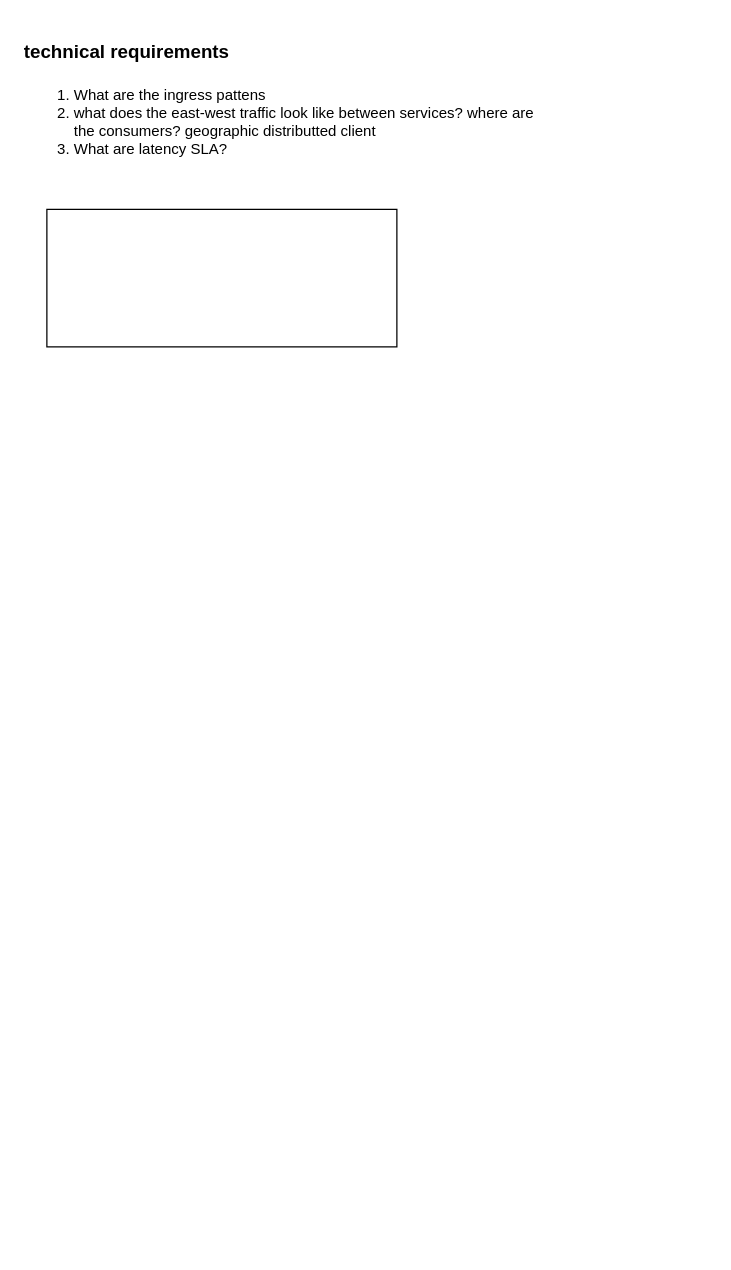
Earlier version of the draw.io diagram Untitled Diagram.drawio (kungfusoftware/vVAN). Source tidied: cells renumbered, new cells numbered last; positions are measured from the earlier drawing's top-left corner, leaving out a move shared by most shapes. Both pictures are drawn from the tidied source at 125%, with x=0, y=0 at pixel (21, 21).
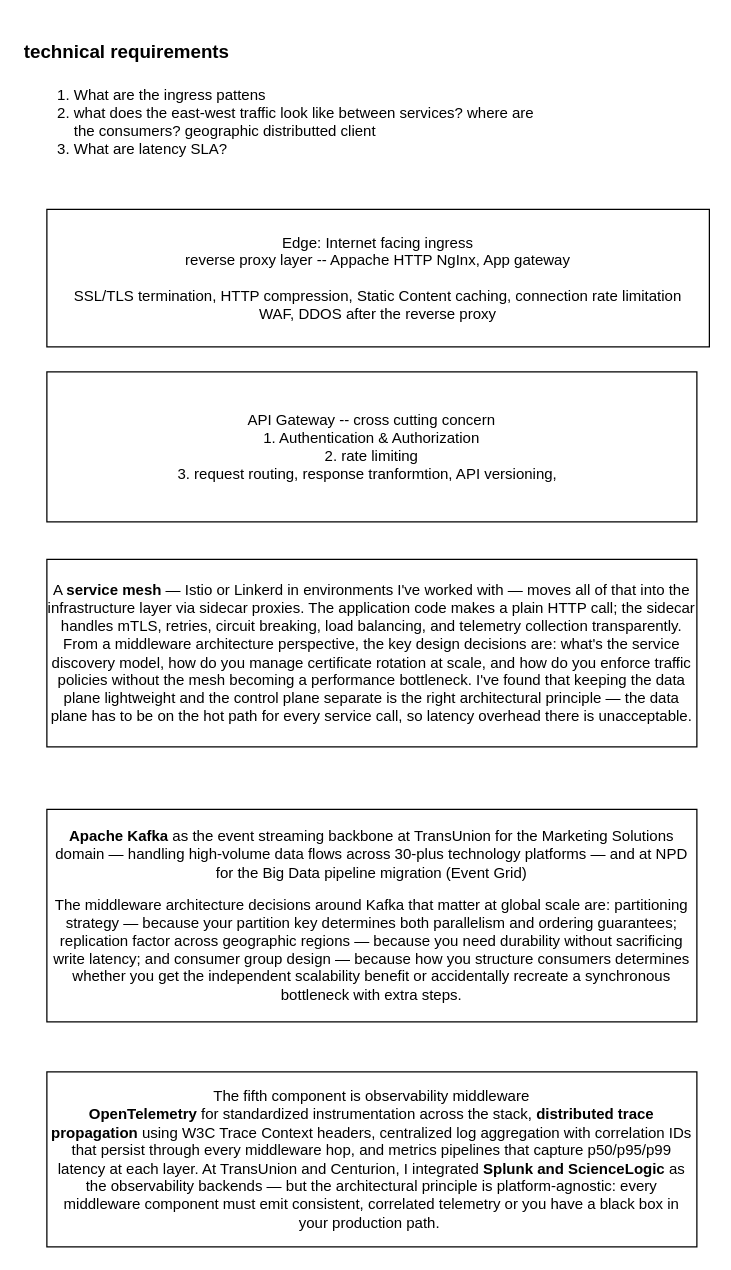
Above is the later version.

What changed in the source:
```diff
@@
 <mxGraphModel>
   <root>
     <mxCell id="0" />
     <mxCell id="1" parent="0" />
-    <mxCell id="2" value="&lt;div&gt;&lt;br&gt;&lt;/div&gt;" style="rounded=0;whiteSpace=wrap;html=1;" parent="1" vertex="1">
-      <mxGeometry x="20" y="150" width="280" height="110" as="geometry" />
+    <mxCell id="2" value="&lt;div&gt;Edge: Internet facing ingress&lt;/div&gt;&lt;div&gt;reverse proxy layer -- Appache HTTP NgInx, App gateway&lt;/div&gt;&lt;div&gt;&lt;br&gt;&lt;/div&gt;&lt;div&gt;SSL/TLS termination, HTTP compression, Static Content caching, connection rate limitation&lt;/div&gt;&lt;div&gt;WAF, DDOS after the reverse proxy&lt;/div&gt;" style="rounded=0;whiteSpace=wrap;html=1;" parent="1" vertex="1">
+      <mxGeometry x="20" y="150" width="530" height="110" as="geometry" />
     </mxCell>
     <mxCell id="3" value="&lt;h1 style=&quot;margin-top: 0px;&quot;&gt;&lt;font style=&quot;font-size: 15px;&quot;&gt;technical requirements&lt;/font&gt;&lt;/h1&gt;&lt;div&gt;&lt;ol&gt;&lt;li&gt;What are the ingress pattens&lt;/li&gt;&lt;li&gt;what does the east-west traffic look like between services? where are the consumers? geographic distributted client&lt;/li&gt;&lt;li&gt;What are latency SLA?&amp;nbsp;&lt;/li&gt;&lt;/ol&gt;&lt;/div&gt;&lt;div&gt;&lt;br style=&quot;text-align: center;&quot;&gt;&lt;/div&gt;" style="text;html=1;whiteSpace=wrap;overflow=hidden;rounded=0;" parent="1" vertex="1">
       <mxGeometry width="410" height="120" as="geometry" />
     </mxCell>
+    <mxCell id="4" value="API Gateway -- cross cutting concern&lt;div&gt;1. Authentication &amp;amp; Authorization&lt;/div&gt;&lt;div&gt;2. rate limiting&lt;/div&gt;&lt;div&gt;3. request routing, response tranformtion, API versioning,&amp;nbsp;&amp;nbsp;&lt;/div&gt;" style="rounded=0;whiteSpace=wrap;html=1;" parent="1" vertex="1">
+      <mxGeometry x="20" y="280" width="520" height="120" as="geometry" />
+    </mxCell>
+    <mxCell id="5" value="A &lt;strong&gt;service mesh&lt;/strong&gt; — Istio or Linkerd in environments I've worked with — moves all of that into the infrastructure layer via sidecar proxies. The application code makes a plain HTTP call; the sidecar handles mTLS, retries, circuit breaking, load balancing, and telemetry collection transparently. From a middleware architecture perspective, the key design decisions are: what's the service discovery model, how do you manage certificate rotation at scale, and how do you enforce traffic policies without the mesh becoming a performance bottleneck. I've found that keeping the data plane lightweight and the control plane separate is the right architectural principle — the data plane has to be on the hot path for every service call, so latency overhead there is unacceptable." style="rounded=0;whiteSpace=wrap;html=1;" parent="1" vertex="1">
+      <mxGeometry x="20" y="430" width="520" height="150" as="geometry" />
+    </mxCell>
+    <mxCell id="6" value="&lt;p class=&quot;font-claude-response-body break-words whitespace-normal leading-[1.7]&quot;&gt; &lt;strong&gt;Apache Kafka&lt;/strong&gt; as the event streaming backbone at TransUnion for the Marketing Solutions domain — handling high-volume data flows across 30-plus technology platforms — and at NPD for the Big Data pipeline migration (Event Grid)&lt;/p&gt;&lt;p class=&quot;font-claude-response-body break-words whitespace-normal leading-[1.7]&quot;&gt;The middleware architecture decisions around Kafka that matter at global scale are: partitioning strategy — because your partition key determines both parallelism and ordering guarantees; replication factor across geographic regions — because you need durability without sacrificing write latency; and consumer group design — because how you structure consumers determines whether you get the independent scalability benefit or accidentally recreate a synchronous bottleneck with extra steps.&lt;/p&gt;" style="rounded=0;whiteSpace=wrap;html=1;" parent="1" vertex="1">
+      <mxGeometry x="20" y="630" width="520" height="170" as="geometry" />
+    </mxCell>
+    <mxCell id="7" value="&lt;br&gt;The fifth component is observability middleware&lt;br&gt;&lt;div&gt;&lt;strong style=&quot;background-color: transparent; color: light-dark(rgb(0, 0, 0), rgb(255, 255, 255));&quot;&gt;OpenTelemetry&lt;/strong&gt;&lt;span style=&quot;background-color: transparent; color: light-dark(rgb(0, 0, 0), rgb(255, 255, 255));&quot;&gt; for standardized instrumentation across the stack, &lt;/span&gt;&lt;strong style=&quot;background-color: transparent; color: light-dark(rgb(0, 0, 0), rgb(255, 255, 255));&quot;&gt;distributed trace propagation&lt;/strong&gt;&lt;span style=&quot;background-color: transparent; color: light-dark(rgb(0, 0, 0), rgb(255, 255, 255));&quot;&gt; using W3C Trace Context headers, centralized log aggregation with correlation IDs that persist through every middleware hop, and metrics pipelines that capture p50/p95/p99 latency at each layer. At TransUnion and Centurion, I integrated &lt;/span&gt;&lt;strong style=&quot;background-color: transparent; color: light-dark(rgb(0, 0, 0), rgb(255, 255, 255));&quot;&gt;Splunk and ScienceLogic&lt;/strong&gt;&lt;span style=&quot;background-color: transparent; color: light-dark(rgb(0, 0, 0), rgb(255, 255, 255));&quot;&gt; as the observability backends — but the architectural principle is platform-agnostic: every middleware component must emit consistent, correlated telemetry or you have a black box in your production path.&lt;/span&gt;&amp;nbsp; &lt;br&gt;&lt;br&gt;&lt;/div&gt;" style="rounded=0;whiteSpace=wrap;html=1;" parent="1" vertex="1">
+      <mxGeometry x="20" y="840" width="520" height="140" as="geometry" />
+    </mxCell>
   </root>
 </mxGraphModel>
```
